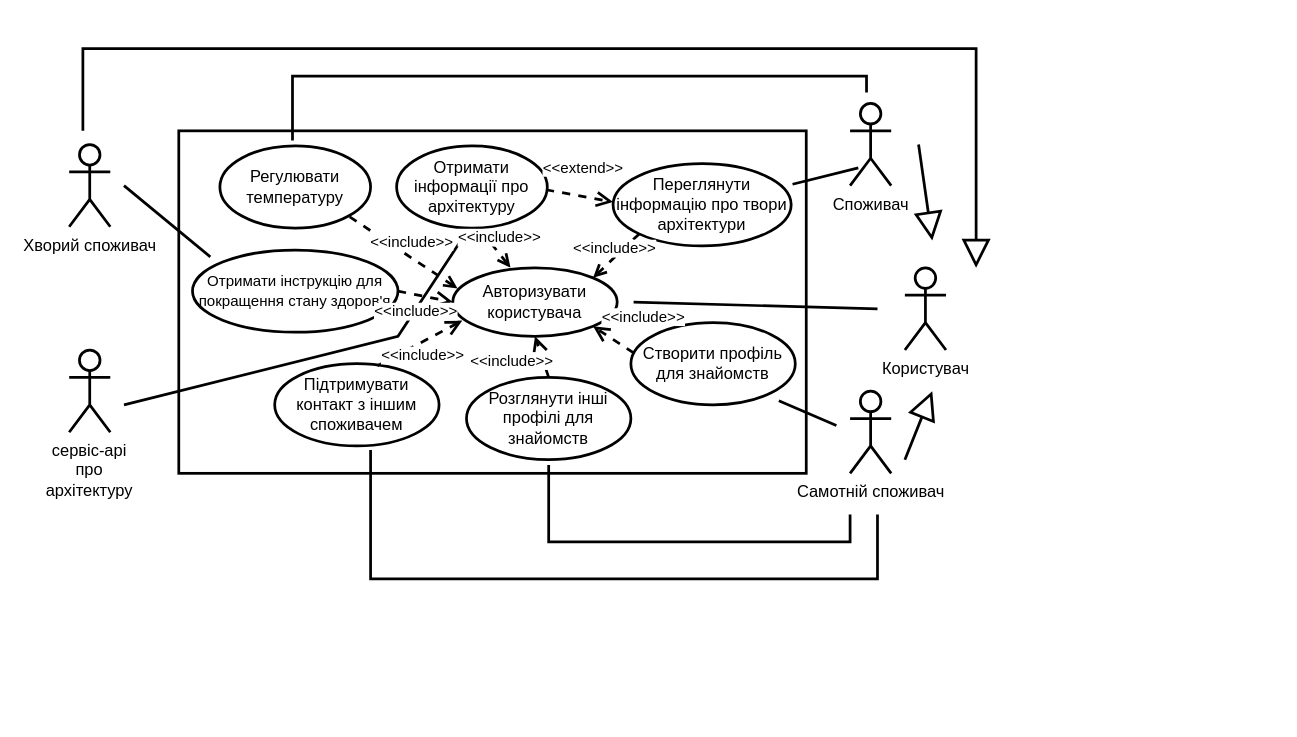
This is 1-SoftwareRequirements/1.3-SoftwareUserRequirements/1.3.3-UseCaseDiagram/UML.drawio from oleksandrblazhko/ai202-lukashak, a draw.io file, before an edit. Source tidied: cells renumbered, new cells numbered last; positions are measured from the earlier drawing's top-left corner, leaving out a move shared by most shapes. Both pictures are drawn from the tidied source at 137%, with x=0, y=0 at pixel (68, 48).
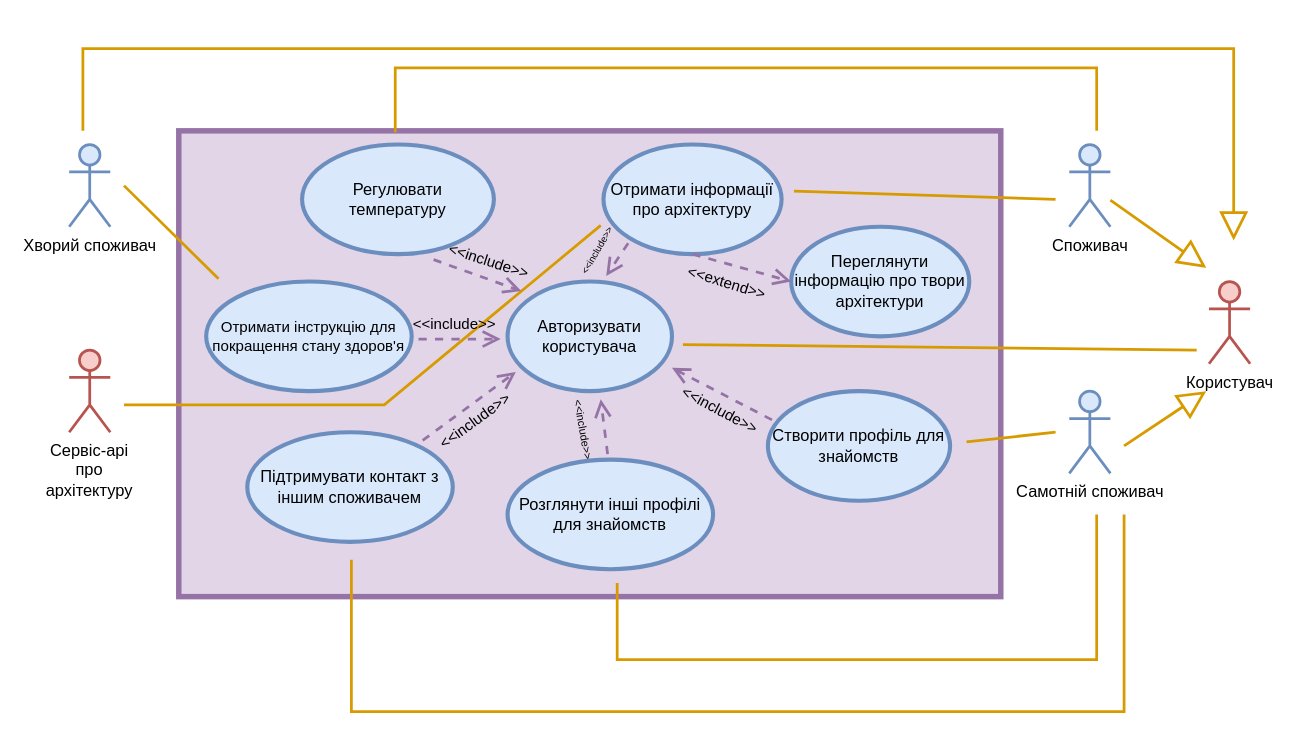
After the change.

Change to the diagram source:
```diff
@@
-    <mxCell id="2" style="rounded=0;whiteSpace=wrap;html=1;fontSize=12;align=center;sketch=0;spacing=2;strokeWidth=2;" parent="1" vertex="1">
-      <mxGeometry x="80" y="60" width="458" height="250" as="geometry" />
+    <mxCell id="2" style="rounded=0;whiteSpace=wrap;html=1;fontSize=12;align=center;sketch=0;spacing=2;strokeWidth=4;fillColor=#e1d5e7;strokeColor=#9673a6;" parent="1" vertex="1">
+      <mxGeometry x="80" y="60" width="600" height="340" as="geometry" />
     </mxCell>
-    <mxCell id="3" value="Самотній споживач" style="shape=umlActor;verticalLabelPosition=bottom;verticalAlign=top;html=1;strokeWidth=2;" parent="1" vertex="1">
-      <mxGeometry x="570" y="250" width="30" height="60" as="geometry" />
+    <mxCell id="3" value="Самотній споживач" style="shape=umlActor;verticalLabelPosition=bottom;verticalAlign=top;html=1;strokeWidth=2;fillColor=#dae8fc;strokeColor=#6c8ebf;" parent="1" vertex="1">
+      <mxGeometry x="730" y="250" width="30" height="60" as="geometry" />
     </mxCell>
-    <mxCell id="4" value="Споживач" style="shape=umlActor;verticalLabelPosition=bottom;verticalAlign=top;html=1;outlineConnect=0;strokeWidth=2;" parent="1" vertex="1">
-      <mxGeometry x="570" y="40" width="30" height="60" as="geometry" />
+    <mxCell id="4" value="Споживач" style="shape=umlActor;verticalLabelPosition=bottom;verticalAlign=top;html=1;outlineConnect=0;strokeWidth=2;fillColor=#dae8fc;strokeColor=#6c8ebf;" parent="1" vertex="1">
+      <mxGeometry x="730" y="70" width="30" height="60" as="geometry" />
     </mxCell>
-    <mxCell id="5" value="сервіс-api про архітектуру" style="shape=umlActor;verticalLabelPosition=bottom;verticalAlign=top;html=1;strokeWidth=2;whiteSpace=wrap;" parent="1" vertex="1">
+    <mxCell id="5" value="Cервіс-api про архітектуру" style="shape=umlActor;verticalLabelPosition=bottom;verticalAlign=top;html=1;strokeWidth=2;whiteSpace=wrap;fillColor=#f8cecc;strokeColor=#b85450;" parent="1" vertex="1">
       <mxGeometry y="220" width="30" height="60" as="geometry" />
     </mxCell>
-    <mxCell id="6" value="Хворий споживач" style="shape=umlActor;verticalLabelPosition=bottom;verticalAlign=top;html=1;strokeWidth=2;" parent="1" vertex="1">
+    <mxCell id="6" value="Хворий споживач" style="shape=umlActor;verticalLabelPosition=bottom;verticalAlign=top;html=1;strokeWidth=2;fillColor=#dae8fc;strokeColor=#6c8ebf;" parent="1" vertex="1">
       <mxGeometry y="70" width="30" height="60" as="geometry" />
     </mxCell>
-    <mxCell id="7" value="Користувач" style="shape=umlActor;verticalLabelPosition=bottom;verticalAlign=top;html=1;strokeWidth=2;" parent="1" vertex="1">
-      <mxGeometry x="610" y="160" width="30" height="60" as="geometry" />
+    <mxCell id="7" value="Користувач" style="shape=umlActor;verticalLabelPosition=bottom;verticalAlign=top;html=1;strokeWidth=2;fillColor=#f8cecc;strokeColor=#b85450;" parent="1" vertex="1">
+      <mxGeometry x="832" y="170" width="30" height="60" as="geometry" />
     </mxCell>
-    <mxCell id="8" value="Авторизувати користувача" style="ellipse;whiteSpace=wrap;html=1;strokeWidth=2;" parent="1" vertex="1">
-      <mxGeometry x="280" y="160" width="120" height="50" as="geometry" />
+    <mxCell id="8" value="Авторизувати користувача" style="ellipse;whiteSpace=wrap;html=1;strokeWidth=3;fillColor=#dae8fc;strokeColor=#6c8ebf;" parent="1" vertex="1">
+      <mxGeometry x="320" y="170" width="120" height="80" as="geometry" />
     </mxCell>
-    <mxCell id="9" style="endArrow=block;endFill=0;endSize=16;html=1;rounded=0;strokeWidth=2;startSize=0;" parent="1" edge="1">
+    <mxCell id="9" style="endArrow=block;endFill=0;endSize=16;html=1;rounded=0;strokeWidth=2;startSize=0;fillColor=#ffe6cc;strokeColor=#d79b00;" parent="1" edge="1">
       <mxGeometry relative="1" as="geometry">
-        <mxPoint x="610" y="300" as="sourcePoint" />
-        <mxPoint x="630" y="250" as="targetPoint" />
+        <mxPoint x="770" y="290" as="sourcePoint" />
+        <mxPoint x="830" y="250" as="targetPoint" />
       </mxGeometry>
     </mxCell>
-    <mxCell id="10" style="endArrow=block;endFill=0;endSize=16;html=1;rounded=0;strokeWidth=2;startSize=0;" parent="1" edge="1">
+    <mxCell id="10" style="endArrow=block;endFill=0;endSize=16;html=1;rounded=0;strokeWidth=2;startSize=0;fillColor=#ffe6cc;strokeColor=#d79b00;" parent="1" edge="1" source="4">
       <mxGeometry relative="1" as="geometry">
-        <mxPoint x="620" y="70" as="sourcePoint" />
-        <mxPoint x="630" y="140" as="targetPoint" />
+        <mxPoint x="830" y="160" as="targetPoint" />
       </mxGeometry>
     </mxCell>
-    <mxCell id="11" style="endArrow=none;endFill=0;endSize=24;html=1;rounded=0;strokeWidth=2;" parent="1" edge="1">
+    <mxCell id="11" style="endArrow=none;endFill=0;endSize=24;html=1;rounded=0;strokeWidth=2;fillColor=#ffe6cc;strokeColor=#d79b00;" parent="1" edge="1">
       <mxGeometry relative="1" as="geometry">
-        <mxPoint x="412" y="185" as="sourcePoint" />
-        <mxPoint x="590" y="190" as="targetPoint" />
+        <mxPoint x="448" y="216" as="sourcePoint" />
+        <mxPoint x="823" y="220" as="targetPoint" />
       </mxGeometry>
     </mxCell>
-    <mxCell id="12" style="endArrow=block;endFill=0;endSize=16;html=1;rounded=0;strokeWidth=2;startSize=0;edgeStyle=orthogonalEdgeStyle;" parent="1" edge="1">
+    <mxCell id="12" style="endArrow=block;endFill=0;endSize=16;html=1;rounded=0;strokeWidth=2;startSize=0;edgeStyle=orthogonalEdgeStyle;fillColor=#ffe6cc;strokeColor=#d79b00;" parent="1" edge="1">
       <mxGeometry relative="1" as="geometry">
         <mxPoint x="10" y="60" as="sourcePoint" />
-        <mxPoint x="662" y="160" as="targetPoint" />
+        <mxPoint x="850" y="140" as="targetPoint" />
         <Array as="points">
           <mxPoint x="10" />
-          <mxPoint x="662" />
+          <mxPoint x="850" />
         </Array>
       </mxGeometry>
     </mxCell>
-    <mxCell id="13" value="Створити профіль для знайомств" style="ellipse;whiteSpace=wrap;html=1;strokeWidth=2;" parent="1" vertex="1">
-      <mxGeometry x="410" y="200" width="120" height="60" as="geometry" />
+    <mxCell id="13" value="Створити профіль для знайомств" style="ellipse;whiteSpace=wrap;html=1;strokeWidth=3;fillColor=#dae8fc;strokeColor=#6c8ebf;" parent="1" vertex="1">
+      <mxGeometry x="510" y="250" width="133" height="80" as="geometry" />
     </mxCell>
-    <mxCell id="14" style="endArrow=none;endFill=0;endSize=24;html=1;rounded=0;strokeWidth=2;" parent="1" edge="1">
+    <mxCell id="14" style="endArrow=none;endFill=0;endSize=24;html=1;rounded=0;strokeWidth=2;fillColor=#ffe6cc;strokeColor=#d79b00;" parent="1" edge="1">
       <mxGeometry relative="1" as="geometry">
-        <mxPoint x="518" y="257" as="sourcePoint" />
-        <mxPoint x="560" y="275" as="targetPoint" />
+        <mxPoint x="655" y="287" as="sourcePoint" />
+        <mxPoint x="720" y="280" as="targetPoint" />
       </mxGeometry>
     </mxCell>
-    <mxCell id="15" value="Розглянути інші профілі для знайомств" style="ellipse;whiteSpace=wrap;html=1;strokeWidth=2;" parent="1" vertex="1">
-      <mxGeometry x="290" y="240" width="120" height="60" as="geometry" />
+    <mxCell id="15" value="Розглянути інші профілі для знайомств" style="ellipse;whiteSpace=wrap;html=1;strokeWidth=3;fillColor=#dae8fc;strokeColor=#6c8ebf;fontStyle=0;" parent="1" vertex="1">
+      <mxGeometry x="320" y="300" width="150" height="80" as="geometry" />
     </mxCell>
-    <mxCell id="16" value="Підтримувати контакт з іншим споживачем" style="ellipse;whiteSpace=wrap;html=1;strokeWidth=2;" parent="1" vertex="1">
-      <mxGeometry x="150" y="230" width="120" height="60" as="geometry" />
+    <mxCell id="16" value="Підтримувати контакт з іншим споживачем" style="ellipse;whiteSpace=wrap;html=1;strokeWidth=3;fillColor=#dae8fc;strokeColor=#6c8ebf;" parent="1" vertex="1">
+      <mxGeometry x="130" y="280" width="150" height="80" as="geometry" />
     </mxCell>
-    <mxCell id="17" style="endArrow=none;endFill=0;endSize=24;html=1;rounded=0;strokeWidth=2;edgeStyle=orthogonalEdgeStyle;" parent="1" edge="1">
+    <mxCell id="17" style="endArrow=none;endFill=0;endSize=24;html=1;rounded=0;strokeWidth=2;edgeStyle=orthogonalEdgeStyle;fillColor=#ffe6cc;strokeColor=#d79b00;" parent="1" edge="1">
       <mxGeometry relative="1" as="geometry">
-        <mxPoint x="350" y="304" as="sourcePoint" />
-        <mxPoint x="570" y="340" as="targetPoint" />
+        <mxPoint x="400" y="390" as="sourcePoint" />
+        <mxPoint x="750" y="340" as="targetPoint" />
         <Array as="points">
-          <mxPoint x="350" y="312" />
-          <mxPoint x="350" y="360" />
-          <mxPoint x="570" y="360" />
+          <mxPoint x="400" y="390" />
+          <mxPoint x="400" y="446" />
+          <mxPoint x="750" y="446" />
         </Array>
       </mxGeometry>
     </mxCell>
-    <mxCell id="18" style="endArrow=none;endFill=0;endSize=24;html=1;rounded=0;strokeWidth=2;edgeStyle=orthogonalEdgeStyle;" parent="1" edge="1">
+    <mxCell id="18" style="endArrow=none;endFill=0;endSize=24;html=1;rounded=0;strokeWidth=2;edgeStyle=orthogonalEdgeStyle;fillColor=#ffe6cc;strokeColor=#d79b00;" parent="1" edge="1">
       <mxGeometry relative="1" as="geometry">
-        <mxPoint x="220" y="293" as="sourcePoint" />
-        <mxPoint x="590" y="340" as="targetPoint" />
+        <mxPoint x="206" y="373" as="sourcePoint" />
+        <mxPoint x="770" y="340" as="targetPoint" />
         <Array as="points">
-          <mxPoint x="220" y="387" />
-          <mxPoint x="590" y="387" />
+          <mxPoint x="206" y="484" />
+          <mxPoint x="770" y="484" />
+          <mxPoint x="770" y="339" />
         </Array>
       </mxGeometry>
     </mxCell>
-    <mxCell id="19" value="Переглянути інформацію про твори архітектури" style="ellipse;whiteSpace=wrap;html=1;strokeWidth=2;" parent="1" vertex="1">
-      <mxGeometry x="397" y="84" width="130" height="60" as="geometry" />
+    <mxCell id="19" value="Переглянути інформацію про твори архітектури" style="ellipse;whiteSpace=wrap;html=1;strokeWidth=3;fillColor=#dae8fc;strokeColor=#6c8ebf;" parent="1" vertex="1">
+      <mxGeometry x="527" y="130" width="130" height="80" as="geometry" />
     </mxCell>
-    <mxCell id="20" style="endArrow=none;endFill=0;endSize=24;html=1;rounded=0;strokeWidth=2;" parent="1" edge="1">
+    <mxCell id="20" style="endArrow=none;endFill=0;endSize=24;html=1;rounded=0;strokeWidth=2;fillColor=#ffe6cc;strokeColor=#d79b00;" parent="1" edge="1">
       <mxGeometry relative="1" as="geometry">
-        <mxPoint x="528" y="99" as="sourcePoint" />
-        <mxPoint x="576" y="87" as="targetPoint" />
+        <mxPoint x="529" y="104" as="sourcePoint" />
+        <mxPoint x="720" y="110" as="targetPoint" />
       </mxGeometry>
     </mxCell>
-    <mxCell id="21" value="Отримати інформації про архітектуру" style="ellipse;whiteSpace=wrap;html=1;strokeWidth=2;" parent="1" vertex="1">
-      <mxGeometry x="239" y="71" width="110" height="60" as="geometry" />
+    <mxCell id="21" value="Отримати інформації про архітектуру" style="ellipse;whiteSpace=wrap;html=1;strokeWidth=3;fillColor=#dae8fc;strokeColor=#6c8ebf;" parent="1" vertex="1">
+      <mxGeometry x="390" y="70" width="130" height="80" as="geometry" />
     </mxCell>
-    <mxCell id="22" style="endArrow=none;endFill=0;endSize=24;html=1;rounded=0;strokeWidth=2;" parent="1" edge="1">
+    <mxCell id="22" style="endArrow=none;endFill=0;endSize=24;html=1;rounded=0;strokeWidth=2;fillColor=#ffe6cc;strokeColor=#d79b00;" parent="1" edge="1">
       <mxGeometry relative="1" as="geometry">
         <mxPoint x="40" y="260" as="sourcePoint" />
-        <mxPoint x="288" y="137" as="targetPoint" />
+        <mxPoint x="388" y="129" as="targetPoint" />
         <Array as="points">
-          <mxPoint x="240" y="210" />
+          <mxPoint x="230" y="260" />
         </Array>
       </mxGeometry>
     </mxCell>
-    <mxCell id="23" value="Регулювати температуру" style="ellipse;whiteSpace=wrap;html=1;strokeWidth=2;" parent="1" vertex="1">
-      <mxGeometry x="110" y="71" width="110" height="60" as="geometry" />
+    <mxCell id="23" value="Регулювати температуру" style="ellipse;whiteSpace=wrap;html=1;strokeWidth=3;fillColor=#dae8fc;strokeColor=#6c8ebf;" parent="1" vertex="1">
+      <mxGeometry x="170" y="70" width="140" height="80" as="geometry" />
     </mxCell>
-    <mxCell id="24" style="endArrow=none;endFill=0;endSize=24;html=1;rounded=0;strokeWidth=2;edgeStyle=orthogonalEdgeStyle;" parent="1" edge="1">
+    <mxCell id="24" style="endArrow=none;endFill=0;endSize=24;html=1;rounded=0;strokeWidth=2;edgeStyle=orthogonalEdgeStyle;fillColor=#ffe6cc;strokeColor=#d79b00;" parent="1" edge="1">
       <mxGeometry relative="1" as="geometry">
-        <mxPoint x="164" y="66" as="sourcePoint" />
-        <mxPoint x="582" y="32" as="targetPoint" />
+        <mxPoint x="239" y="60" as="sourcePoint" />
+        <mxPoint x="750" y="60" as="targetPoint" />
         <Array as="points">
-          <mxPoint x="163" y="66" />
-          <mxPoint x="163" y="20" />
-          <mxPoint x="582" y="20" />
+          <mxPoint x="238" y="60" />
+          <mxPoint x="238" y="14" />
+          <mxPoint x="750" y="14" />
+          <mxPoint x="750" y="26" />
         </Array>
       </mxGeometry>
     </mxCell>
-    <mxCell id="25" value="&lt;font style=&quot;font-size: 11px;&quot;&gt;Отримати інструкцію для покращення стану здоров'я&lt;/font&gt;" style="ellipse;whiteSpace=wrap;html=1;strokeWidth=2;fontSize=11;" parent="1" vertex="1">
-      <mxGeometry x="90" y="147" width="150" height="60" as="geometry" />
+    <mxCell id="25" value="&lt;font style=&quot;font-size: 11px;&quot;&gt;Отримати інструкцію для покращення стану здоров'я&lt;/font&gt;" style="ellipse;whiteSpace=wrap;html=1;strokeWidth=3;fontSize=11;fillColor=#dae8fc;strokeColor=#6c8ebf;" parent="1" vertex="1">
+      <mxGeometry x="100" y="170" width="150" height="80" as="geometry" />
     </mxCell>
-    <mxCell id="26" style="endArrow=none;endFill=0;endSize=24;html=1;rounded=0;strokeWidth=2;" parent="1" edge="1">
+    <mxCell id="26" style="endArrow=none;endFill=0;endSize=24;html=1;rounded=0;strokeWidth=2;fillColor=#ffe6cc;strokeColor=#d79b00;" parent="1" edge="1">
       <mxGeometry relative="1" as="geometry">
         <mxPoint x="40" y="100" as="sourcePoint" />
-        <mxPoint x="103" y="152" as="targetPoint" />
+        <mxPoint x="109" y="168" as="targetPoint" />
       </mxGeometry>
     </mxCell>
+    <mxCell id="35" style="endArrow=open;html=1;rounded=0;strokeWidth=2;fillColor=#e1d5e7;strokeColor=#9673a6;labelBackgroundColor=none;endFill=0;endSize=9;entryX=0;entryY=0.5;entryDx=0;entryDy=0;exitX=0.5;exitY=1;exitDx=0;exitDy=0;dashed=1;" parent="1" edge="1" source="21" target="19">
+      <mxGeometry relative="1" as="geometry" />
+    </mxCell>
-    <mxCell id="27" value="&amp;lt;&amp;lt;extend&amp;gt;&amp;gt;" style="html=1;verticalAlign=bottom;endArrow=open;dashed=1;endSize=8;rounded=0;strokeWidth=2;fontSize=11;" parent="1" edge="1">
-      <mxGeometry x="0.02" y="12" relative="1" as="geometry">
-        <mxPoint x="348" y="103" as="sourcePoint" />
-        <mxPoint x="397" y="112" as="targetPoint" />
+    <mxCell id="27" value="&amp;lt;&amp;lt;extend&amp;gt;&amp;gt;" style="edgeLabel;html=1;align=center;verticalAlign=middle;labelBackgroundColor=none;horizontal=1;rotation=17;" parent="35" vertex="1">
+      <mxGeometry x="-0.31" relative="1" as="geometry">
+        <mxPoint y="13" as="offset" />
       </mxGeometry>
     </mxCell>
-    <mxCell id="28" value="&amp;lt;&amp;lt;include&amp;gt;&amp;gt;" style="html=1;verticalAlign=bottom;endArrow=none;dashed=1;endSize=8;rounded=0;strokeWidth=2;fontSize=11;exitX=0.029;exitY=0.301;exitDx=0;exitDy=0;exitPerimeter=0;entryX=1;entryY=1;entryDx=0;entryDy=0;endFill=0;startArrow=open;startFill=0;" parent="1" edge="1" source="8" target="23">
-      <mxGeometry x="-0.13" y="-2" relative="1" as="geometry" />
-    </mxCell>
-    <mxCell id="29" value="&amp;lt;&amp;lt;include&amp;gt;&amp;gt;" style="html=1;verticalAlign=bottom;endArrow=none;dashed=1;endSize=8;rounded=0;strokeWidth=2;fontSize=11;exitX=0.351;exitY=-0.003;exitDx=0;exitDy=0;exitPerimeter=0;entryX=0.555;entryY=1.02;entryDx=0;entryDy=0;entryPerimeter=0;startArrow=open;startFill=0;endFill=0;" parent="1" edge="1" source="8" target="21">
-      <mxGeometry x="-0.13" y="-2" relative="1" as="geometry" />
-    </mxCell>
-    <mxCell id="30" value="&amp;lt;&amp;lt;include&amp;gt;&amp;gt;" style="html=1;verticalAlign=bottom;endArrow=none;dashed=1;endSize=8;rounded=0;strokeWidth=2;fontSize=11;exitX=1;exitY=0;exitDx=0;exitDy=0;entryX=0;entryY=1;entryDx=0;entryDy=0;endFill=0;startArrow=open;startFill=0;" parent="1" edge="1" source="8" target="19">
-      <mxGeometry x="-0.13" y="-2" relative="1" as="geometry" />
-    </mxCell>
-    <mxCell id="31" value="&amp;lt;&amp;lt;include&amp;gt;&amp;gt;" style="html=1;verticalAlign=bottom;endArrow=open;dashed=1;endSize=8;rounded=0;strokeWidth=2;fontSize=11;entryX=1;entryY=1;entryDx=0;entryDy=0;" parent="1" edge="1" target="8">
-      <mxGeometry x="-0.81" y="-18" relative="1" as="geometry">
-        <mxPoint x="412" y="222" as="sourcePoint" />
-      </mxGeometry>
-    </mxCell>
-    <mxCell id="32" value="&amp;lt;&amp;lt;include&amp;gt;&amp;gt;" style="html=1;verticalAlign=bottom;endArrow=open;dashed=1;endSize=8;rounded=0;strokeWidth=2;fontSize=11;exitX=0.5;exitY=0;exitDx=0;exitDy=0;entryX=0.5;entryY=1;entryDx=0;entryDy=0;" parent="1" edge="1" source="15" target="8">
-      <mxGeometry x="-0.28" y="25" relative="1" as="geometry" />
-    </mxCell>
-    <mxCell id="33" value="&amp;lt;&amp;lt;include&amp;gt;&amp;gt;" style="html=1;verticalAlign=bottom;endArrow=open;dashed=1;endSize=8;rounded=0;strokeWidth=2;fontSize=11;exitX=0.624;exitY=0.026;exitDx=0;exitDy=0;exitPerimeter=0;entryX=0.058;entryY=0.77;entryDx=0;entryDy=0;entryPerimeter=0;" parent="1" edge="1" source="16" target="8">
-      <mxGeometry x="-0.19" y="-17" relative="1" as="geometry" />
-    </mxCell>
-    <mxCell id="34" value="&amp;lt;&amp;lt;include&amp;gt;&amp;gt;" style="html=1;verticalAlign=bottom;endArrow=open;dashed=1;endSize=8;rounded=0;strokeWidth=2;fontSize=11;exitX=1;exitY=0.5;exitDx=0;exitDy=0;entryX=0;entryY=0.5;entryDx=0;entryDy=0;" parent="1" edge="1" source="25" target="8">
-      <mxGeometry x="-0.19" y="-21" relative="1" as="geometry" />
-    </mxCell>
+    <mxCell id="36" style="endArrow=open;html=1;rounded=0;strokeWidth=2;fillColor=#e1d5e7;strokeColor=#9673a6;labelBackgroundColor=none;endFill=0;endSize=9;dashed=1;" parent="1" edge="1">
+      <mxGeometry relative="1" as="geometry">
+        <mxPoint x="513" y="271" as="sourcePoint" />
+        <mxPoint x="440" y="233" as="targetPoint" />
+      </mxGeometry>
+    </mxCell>
+    <mxCell id="37" value="&amp;lt;&amp;lt;include&amp;gt;&amp;gt;" style="edgeLabel;html=1;align=center;verticalAlign=middle;labelBackgroundColor=none;horizontal=1;rotation=28;" parent="36" vertex="1">
+      <mxGeometry x="-0.31" relative="1" as="geometry">
+        <mxPoint x="-13" y="5" as="offset" />
+      </mxGeometry>
+    </mxCell>
+    <mxCell id="38" style="endArrow=open;html=1;rounded=0;strokeWidth=2;fillColor=#e1d5e7;strokeColor=#9673a6;labelBackgroundColor=none;endFill=0;endSize=9;dashed=1;" parent="1" edge="1">
+      <mxGeometry relative="1" as="geometry">
+        <mxPoint x="393" y="296" as="sourcePoint" />
+        <mxPoint x="388" y="256" as="targetPoint" />
+      </mxGeometry>
+    </mxCell>
+    <mxCell id="39" value="&amp;lt;&amp;lt;include&amp;gt;&amp;gt;" style="edgeLabel;html=1;align=center;verticalAlign=middle;labelBackgroundColor=none;horizontal=1;rotation=80;fontSize=8;" parent="38" vertex="1">
+      <mxGeometry x="-0.31" relative="1" as="geometry">
+        <mxPoint x="-15" y="-5" as="offset" />
+      </mxGeometry>
+    </mxCell>
+    <mxCell id="40" style="endArrow=open;html=1;rounded=0;strokeWidth=2;fillColor=#e1d5e7;strokeColor=#9673a6;labelBackgroundColor=none;endFill=0;endSize=9;dashed=1;" parent="1" edge="1">
+      <mxGeometry relative="1" as="geometry">
+        <mxPoint x="258" y="286" as="sourcePoint" />
+        <mxPoint x="326" y="236" as="targetPoint" />
+      </mxGeometry>
+    </mxCell>
+    <mxCell id="41" value="&amp;lt;&amp;lt;include&amp;gt;&amp;gt;" style="edgeLabel;html=1;align=center;verticalAlign=middle;labelBackgroundColor=none;horizontal=1;rotation=324;" parent="40" vertex="1">
+      <mxGeometry x="-0.31" relative="1" as="geometry">
+        <mxPoint x="14" y="3" as="offset" />
+      </mxGeometry>
+    </mxCell>
+    <mxCell id="42" style="endArrow=open;html=1;rounded=0;strokeWidth=2;fillColor=#e1d5e7;strokeColor=#9673a6;labelBackgroundColor=none;endFill=0;endSize=9;dashed=1;" parent="1" edge="1">
+      <mxGeometry relative="1" as="geometry">
+        <mxPoint x="255" y="212" as="sourcePoint" />
+        <mxPoint x="315" y="212" as="targetPoint" />
+      </mxGeometry>
+    </mxCell>
+    <mxCell id="43" value="&amp;lt;&amp;lt;include&amp;gt;&amp;gt;" style="edgeLabel;html=1;align=center;verticalAlign=middle;labelBackgroundColor=none;horizontal=1;rotation=0;" parent="42" vertex="1">
+      <mxGeometry x="-0.31" relative="1" as="geometry">
+        <mxPoint x="4" y="-12" as="offset" />
+      </mxGeometry>
+    </mxCell>
+    <mxCell id="44" style="endArrow=open;html=1;rounded=0;strokeWidth=2;fillColor=#e1d5e7;strokeColor=#9673a6;labelBackgroundColor=none;endFill=0;endSize=9;dashed=1;" parent="1" edge="1">
+      <mxGeometry relative="1" as="geometry">
+        <mxPoint x="266" y="154" as="sourcePoint" />
+        <mxPoint x="330" y="177" as="targetPoint" />
+      </mxGeometry>
+    </mxCell>
+    <mxCell id="45" value="&amp;lt;&amp;lt;include&amp;gt;&amp;gt;" style="edgeLabel;html=1;align=center;verticalAlign=middle;labelBackgroundColor=none;horizontal=1;rotation=18;" parent="44" vertex="1">
+      <mxGeometry x="-0.31" relative="1" as="geometry">
+        <mxPoint x="18" y="-7" as="offset" />
+      </mxGeometry>
+    </mxCell>
+    <mxCell id="46" style="endArrow=open;html=1;rounded=0;strokeWidth=2;fillColor=#e1d5e7;strokeColor=#9673a6;labelBackgroundColor=none;endFill=0;endSize=9;dashed=1;" parent="1" edge="1">
+      <mxGeometry relative="1" as="geometry">
+        <mxPoint x="408" y="142" as="sourcePoint" />
+        <mxPoint x="392" y="166" as="targetPoint" />
+      </mxGeometry>
+    </mxCell>
+    <mxCell id="47" value="&amp;lt;&amp;lt;include&amp;gt;&amp;gt;" style="edgeLabel;html=1;align=center;verticalAlign=middle;labelBackgroundColor=none;horizontal=1;rotation=300;fontSize=7;" parent="46" vertex="1">
+      <mxGeometry x="-0.31" relative="1" as="geometry">
+        <mxPoint x="-17" y="-2" as="offset" />
+      </mxGeometry>
+    </mxCell>
```
